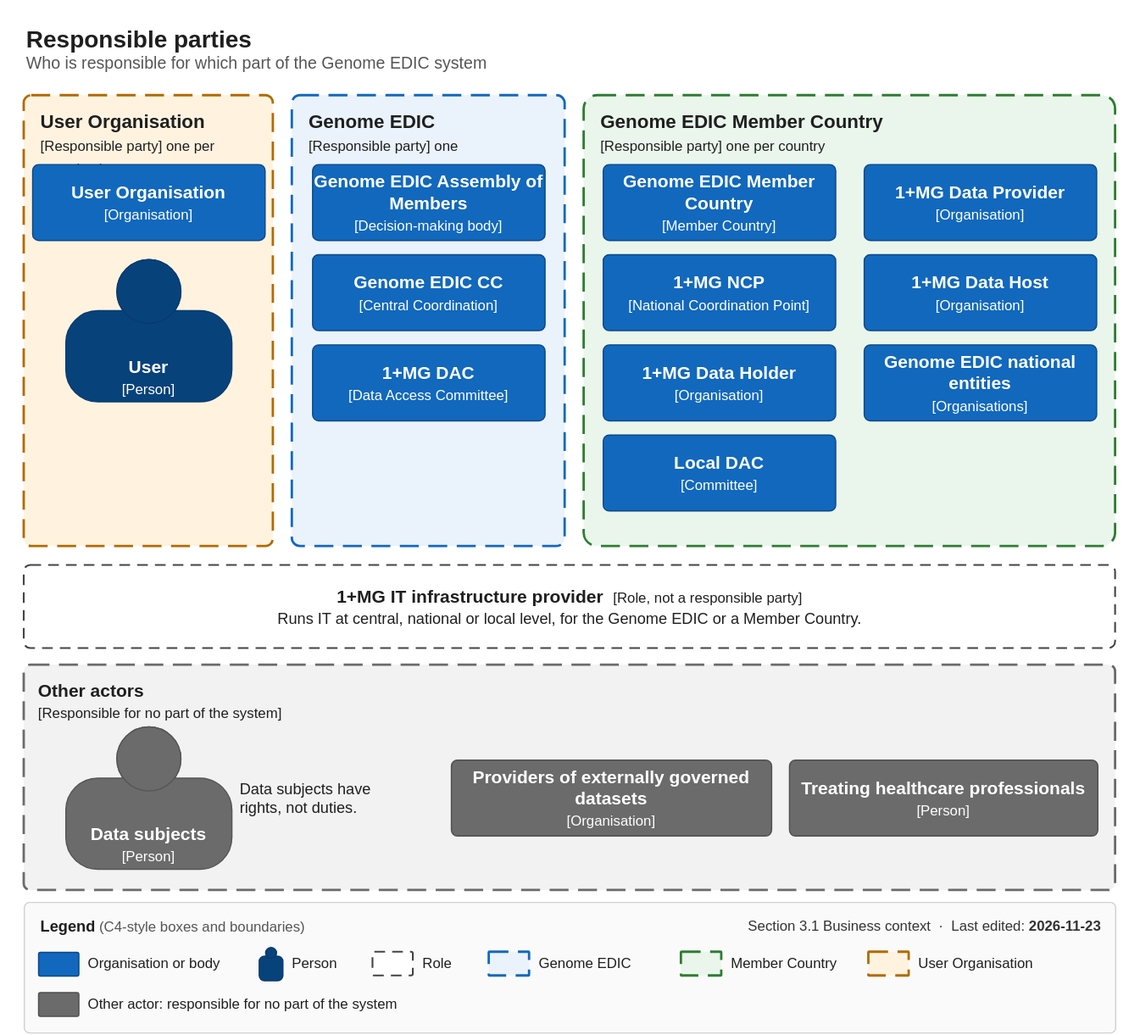
This is static/diagrams/3.1-responsible-parties.drawio.svg from GenomicDataInfrastructure/system-architecture, a draw.io export, as it was before one commit. Source tidied: cells renumbered, new cells last; positions are measured from the earlier drawing's top-left corner, leaving out a move shared by most shapes.
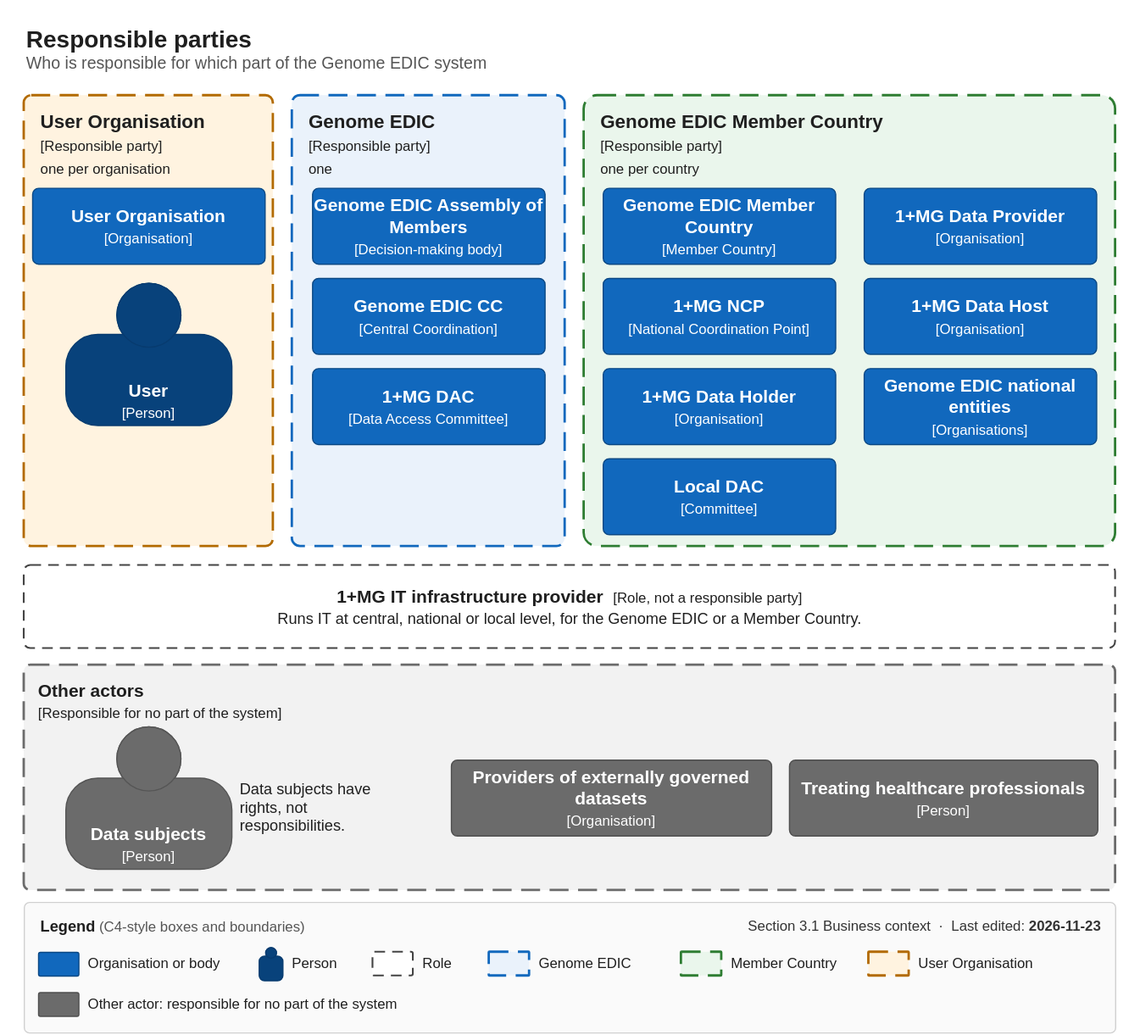
The same diagram one commit later.

The edit, as a diff of the source:
```diff
@@ -11,55 +11,55 @@
     <mxCell id="4" value="&lt;b&gt;Other actors&lt;/b&gt;&lt;br&gt;&lt;font style=&quot;font-size: 12px&quot;&gt;[Responsible for no part of the system]&lt;/font&gt;" style="rounded=1;arcSize=3;whiteSpace=wrap;html=1;dashed=1;dashPattern=8 4;strokeWidth=2;fillColor=#F2F2F2;strokeColor=#6B6B6B;verticalAlign=top;align=left;spacingLeft=10;spacingTop=6;fontColor=#1F1F1F;fontSize=15;" parent="1" vertex="1">
       <mxGeometry x="20" y="560" width="920" height="190" as="geometry" />
     </mxCell>
-    <mxCell id="5" value="&lt;b&gt;User Organisation&lt;/b&gt;&lt;br&gt;&lt;font style=&quot;font-size: 12px&quot;&gt;[Responsible party] one per organisation&lt;/font&gt;" style="rounded=1;arcSize=3;whiteSpace=wrap;html=1;dashed=1;dashPattern=8 4;strokeWidth=2;fillColor=#FFF3E0;strokeColor=#B26A00;fontColor=#1F1F1F;fontSize=16;verticalAlign=top;align=left;spacingLeft=12;spacingTop=6;" parent="1" vertex="1">
+    <mxCell id="5" value="&lt;b&gt;User Organisation&lt;/b&gt;&lt;br&gt;&lt;font style=&quot;font-size: 12px&quot;&gt;[Responsible party]&lt;br&gt;one per organisation&lt;/font&gt;" style="rounded=1;arcSize=3;whiteSpace=wrap;html=1;dashed=1;dashPattern=8 4;strokeWidth=2;fillColor=#FFF3E0;strokeColor=#B26A00;fontColor=#1F1F1F;fontSize=16;verticalAlign=top;align=left;spacingLeft=12;spacingTop=6;" parent="1" vertex="1">
       <mxGeometry x="20" y="80" width="210" height="380" as="geometry" />
     </mxCell>
     <mxCell id="6" value="&lt;b&gt;User Organisation&lt;/b&gt;&lt;br&gt;&lt;font style=&quot;font-size: 12px&quot;&gt;[Organisation]&lt;/font&gt;" style="rounded=1;arcSize=8;whiteSpace=wrap;html=1;fillColor=#1168BD;strokeColor=#0B4884;fontColor=#FFFFFF;fontSize=15;verticalAlign=middle;" parent="5" vertex="1">
-      <mxGeometry x="7" y="58" width="196" height="64" as="geometry" />
+      <mxGeometry x="7" y="78" width="196" height="64" as="geometry" />
     </mxCell>
     <mxCell id="7" value="&lt;b&gt;User&lt;/b&gt;&lt;br&gt;&lt;font style=&quot;font-size: 12px&quot;&gt;[Person]&lt;/font&gt;" style="shape=mxgraph.c4.person2;html=1;whiteSpace=wrap;fontSize=15;fontColor=#FFFFFF;align=center;verticalAlign=middle;spacingTop=34;fillColor=#08427B;strokeColor=#073B6F;" parent="5" vertex="1">
-      <mxGeometry x="35" y="138" width="140" height="120" as="geometry" />
+      <mxGeometry x="35" y="158" width="140" height="120" as="geometry" />
     </mxCell>
-    <mxCell id="8" value="&lt;b&gt;Genome EDIC&lt;/b&gt;&lt;br&gt;&lt;font style=&quot;font-size: 12px&quot;&gt;[Responsible party] one&lt;/font&gt;" style="rounded=1;arcSize=3;whiteSpace=wrap;html=1;dashed=1;dashPattern=8 4;strokeWidth=2;fillColor=#EAF2FB;strokeColor=#1168BD;fontColor=#1F1F1F;fontSize=16;verticalAlign=top;align=left;spacingLeft=12;spacingTop=6;" parent="1" vertex="1">
+    <mxCell id="8" value="&lt;b&gt;Genome EDIC&lt;/b&gt;&lt;br&gt;&lt;font style=&quot;font-size: 12px&quot;&gt;[Responsible party]&lt;br&gt;one&lt;/font&gt;" style="rounded=1;arcSize=3;whiteSpace=wrap;html=1;dashed=1;dashPattern=8 4;strokeWidth=2;fillColor=#EAF2FB;strokeColor=#1168BD;fontColor=#1F1F1F;fontSize=16;verticalAlign=top;align=left;spacingLeft=12;spacingTop=6;" parent="1" vertex="1">
       <mxGeometry x="246" y="80" width="230" height="380" as="geometry" />
     </mxCell>
     <mxCell id="9" value="&lt;b&gt;Genome EDIC Assembly of Members&lt;/b&gt;&lt;br&gt;&lt;font style=&quot;font-size: 12px&quot;&gt;[Decision-making body]&lt;/font&gt;" style="rounded=1;arcSize=8;whiteSpace=wrap;html=1;fillColor=#1168BD;strokeColor=#0B4884;fontColor=#FFFFFF;fontSize=15;verticalAlign=middle;" parent="8" vertex="1">
-      <mxGeometry x="17" y="58" width="196" height="64" as="geometry" />
+      <mxGeometry x="17" y="78" width="196" height="64" as="geometry" />
     </mxCell>
     <mxCell id="10" value="&lt;b&gt;Genome EDIC CC&lt;/b&gt;&lt;br&gt;&lt;font style=&quot;font-size: 12px&quot;&gt;[Central Coordination]&lt;/font&gt;" style="rounded=1;arcSize=8;whiteSpace=wrap;html=1;fillColor=#1168BD;strokeColor=#0B4884;fontColor=#FFFFFF;fontSize=15;verticalAlign=middle;" parent="8" vertex="1">
-      <mxGeometry x="17" y="134" width="196" height="64" as="geometry" />
+      <mxGeometry x="17" y="154" width="196" height="64" as="geometry" />
     </mxCell>
     <mxCell id="11" value="&lt;b&gt;1+MG DAC&lt;/b&gt;&lt;br&gt;&lt;font style=&quot;font-size: 12px&quot;&gt;[Data Access Committee]&lt;/font&gt;" style="rounded=1;arcSize=8;whiteSpace=wrap;html=1;fillColor=#1168BD;strokeColor=#0B4884;fontColor=#FFFFFF;fontSize=15;verticalAlign=middle;" parent="8" vertex="1">
-      <mxGeometry x="17" y="210" width="196" height="64" as="geometry" />
+      <mxGeometry x="17" y="230" width="196" height="64" as="geometry" />
     </mxCell>
-    <mxCell id="12" value="&lt;b&gt;Genome EDIC Member Country&lt;/b&gt;&lt;br&gt;&lt;font style=&quot;font-size: 12px&quot;&gt;[Responsible party] one per country&lt;/font&gt;" style="rounded=1;arcSize=3;whiteSpace=wrap;html=1;dashed=1;dashPattern=8 4;strokeWidth=2;fillColor=#EAF6EC;strokeColor=#2E7D32;fontColor=#1F1F1F;fontSize=16;verticalAlign=top;align=left;spacingLeft=12;spacingTop=6;" parent="1" vertex="1">
+    <mxCell id="12" value="&lt;b&gt;Genome EDIC Member Country&lt;/b&gt;&lt;br&gt;&lt;font style=&quot;font-size: 12px&quot;&gt;[Responsible party]&lt;br&gt;one per country&lt;/font&gt;" style="rounded=1;arcSize=3;whiteSpace=wrap;html=1;dashed=1;dashPattern=8 4;strokeWidth=2;fillColor=#EAF6EC;strokeColor=#2E7D32;fontColor=#1F1F1F;fontSize=16;verticalAlign=top;align=left;spacingLeft=12;spacingTop=6;" parent="1" vertex="1">
       <mxGeometry x="492" y="80" width="448" height="380" as="geometry" />
     </mxCell>
     <mxCell id="13" value="&lt;b&gt;Genome EDIC Member Country&lt;/b&gt;&lt;br&gt;&lt;font style=&quot;font-size: 12px&quot;&gt;[Member Country]&lt;/font&gt;" style="rounded=1;arcSize=8;whiteSpace=wrap;html=1;fillColor=#1168BD;strokeColor=#0B4884;fontColor=#FFFFFF;fontSize=15;verticalAlign=middle;" parent="12" vertex="1">
-      <mxGeometry x="16" y="58" width="196" height="64" as="geometry" />
+      <mxGeometry x="16" y="78" width="196" height="64" as="geometry" />
     </mxCell>
     <mxCell id="14" value="&lt;b&gt;1+MG NCP&lt;/b&gt;&lt;br&gt;&lt;font style=&quot;font-size: 12px&quot;&gt;[National Coordination Point]&lt;/font&gt;" style="rounded=1;arcSize=8;whiteSpace=wrap;html=1;fillColor=#1168BD;strokeColor=#0B4884;fontColor=#FFFFFF;fontSize=15;verticalAlign=middle;" parent="12" vertex="1">
-      <mxGeometry x="16" y="134" width="196" height="64" as="geometry" />
+      <mxGeometry x="16" y="154" width="196" height="64" as="geometry" />
     </mxCell>
     <mxCell id="15" value="&lt;b&gt;1+MG Data Holder&lt;/b&gt;&lt;br&gt;&lt;font style=&quot;font-size: 12px&quot;&gt;[Organisation]&lt;/font&gt;" style="rounded=1;arcSize=8;whiteSpace=wrap;html=1;fillColor=#1168BD;strokeColor=#0B4884;fontColor=#FFFFFF;fontSize=15;verticalAlign=middle;" parent="12" vertex="1">
-      <mxGeometry x="16" y="210" width="196" height="64" as="geometry" />
+      <mxGeometry x="16" y="230" width="196" height="64" as="geometry" />
     </mxCell>
     <mxCell id="16" value="&lt;b&gt;Local DAC&lt;/b&gt;&lt;br&gt;&lt;font style=&quot;font-size: 12px&quot;&gt;[Committee]&lt;/font&gt;" style="rounded=1;arcSize=8;whiteSpace=wrap;html=1;fillColor=#1168BD;strokeColor=#0B4884;fontColor=#FFFFFF;fontSize=15;verticalAlign=middle;" parent="12" vertex="1">
-      <mxGeometry x="16" y="286" width="196" height="64" as="geometry" />
+      <mxGeometry x="16" y="306" width="196" height="64" as="geometry" />
     </mxCell>
     <mxCell id="17" value="&lt;b&gt;1+MG Data Provider&lt;/b&gt;&lt;br&gt;&lt;font style=&quot;font-size: 12px&quot;&gt;[Organisation]&lt;/font&gt;" style="rounded=1;arcSize=8;whiteSpace=wrap;html=1;fillColor=#1168BD;strokeColor=#0B4884;fontColor=#FFFFFF;fontSize=15;verticalAlign=middle;" parent="12" vertex="1">
-      <mxGeometry x="236" y="58" width="196" height="64" as="geometry" />
+      <mxGeometry x="236" y="78" width="196" height="64" as="geometry" />
     </mxCell>
     <mxCell id="18" value="&lt;b&gt;1+MG Data Host&lt;/b&gt;&lt;br&gt;&lt;font style=&quot;font-size: 12px&quot;&gt;[Organisation]&lt;/font&gt;" style="rounded=1;arcSize=8;whiteSpace=wrap;html=1;fillColor=#1168BD;strokeColor=#0B4884;fontColor=#FFFFFF;fontSize=15;verticalAlign=middle;" parent="12" vertex="1">
-      <mxGeometry x="236" y="134" width="196" height="64" as="geometry" />
+      <mxGeometry x="236" y="154" width="196" height="64" as="geometry" />
     </mxCell>
     <mxCell id="19" value="&lt;b&gt;Genome EDIC national entities&lt;/b&gt;&lt;br&gt;&lt;font style=&quot;font-size: 12px&quot;&gt;[Organisations]&lt;/font&gt;" style="rounded=1;arcSize=8;whiteSpace=wrap;html=1;fillColor=#1168BD;strokeColor=#0B4884;fontColor=#FFFFFF;fontSize=15;verticalAlign=middle;" parent="12" vertex="1">
-      <mxGeometry x="236" y="210" width="196" height="64" as="geometry" />
+      <mxGeometry x="236" y="230" width="196" height="64" as="geometry" />
     </mxCell>
     <mxCell id="20" value="&lt;b&gt;Data subjects&lt;/b&gt;&lt;br&gt;&lt;font style=&quot;font-size: 12px&quot;&gt;[Person]&lt;/font&gt;" style="shape=mxgraph.c4.person2;html=1;whiteSpace=wrap;fontSize=15;fontColor=#FFFFFF;align=center;verticalAlign=middle;spacingTop=34;fillColor=#6B6B6B;strokeColor=#555555;" parent="1" vertex="1">
       <mxGeometry x="55" y="612" width="140" height="120" as="geometry" />
     </mxCell>
-    <mxCell id="21" value="&lt;font style=&quot;font-size: 13px&quot;&gt;Data subjects have&lt;br&gt;rights, not duties.&lt;/font&gt;" style="text;html=1;whiteSpace=wrap;strokeColor=none;fillColor=none;align=left;verticalAlign=top;fontColor=#1F1F1F;" parent="1" vertex="1">
+    <mxCell id="21" value="&lt;font style=&quot;font-size: 13px&quot;&gt;Data subjects have&lt;br&gt;rights, not&lt;br&gt;responsibilities.&lt;/font&gt;" style="text;html=1;whiteSpace=wrap;strokeColor=none;fillColor=none;align=left;verticalAlign=top;fontColor=#1F1F1F;" parent="1" vertex="1">
       <mxGeometry x="200" y="650" width="170" height="40" as="geometry" />
     </mxCell>
     <mxCell id="22" value="&lt;b&gt;1+MG IT infrastructure provider&lt;/b&gt;&amp;nbsp;&amp;nbsp;&lt;font style=&quot;font-size: 12px&quot;&gt;[Role, not a responsible party]&lt;/font&gt;&lt;br&gt;&lt;font style=&quot;font-size: 13px&quot;&gt;Runs IT at central, national or local level, for the Genome EDIC or a Member Country.&lt;/font&gt;" style="rounded=1;arcSize=8;whiteSpace=wrap;html=1;dashed=1;dashPattern=6 4;fillColor=#FFFFFF;strokeColor=#444444;strokeWidth=1.5;fontColor=#1F1F1F;fontSize=15;" parent="1" vertex="1">
```
